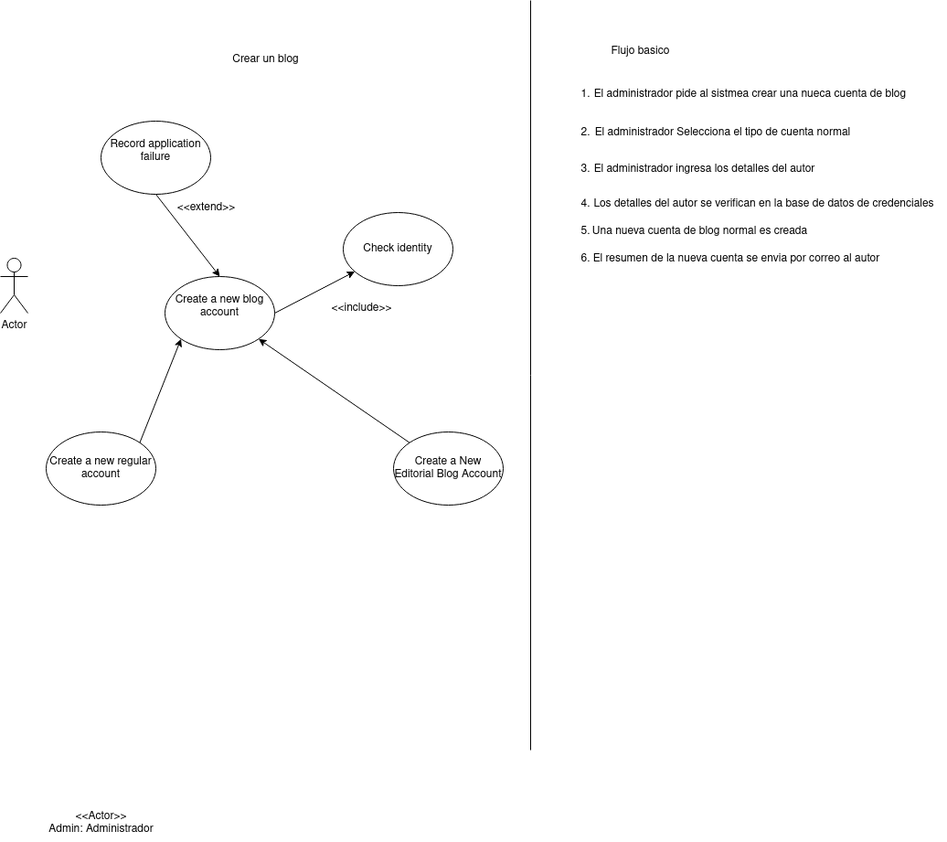
GermanOjeda/Tarea-ETS keeps this draw.io diagram as DSejemplo.drawio.png. Above is the earlier version. Source tidied: cells renumbered, new cells last; positions are measured from the earlier drawing's top-left corner, leaving out a move shared by most shapes.
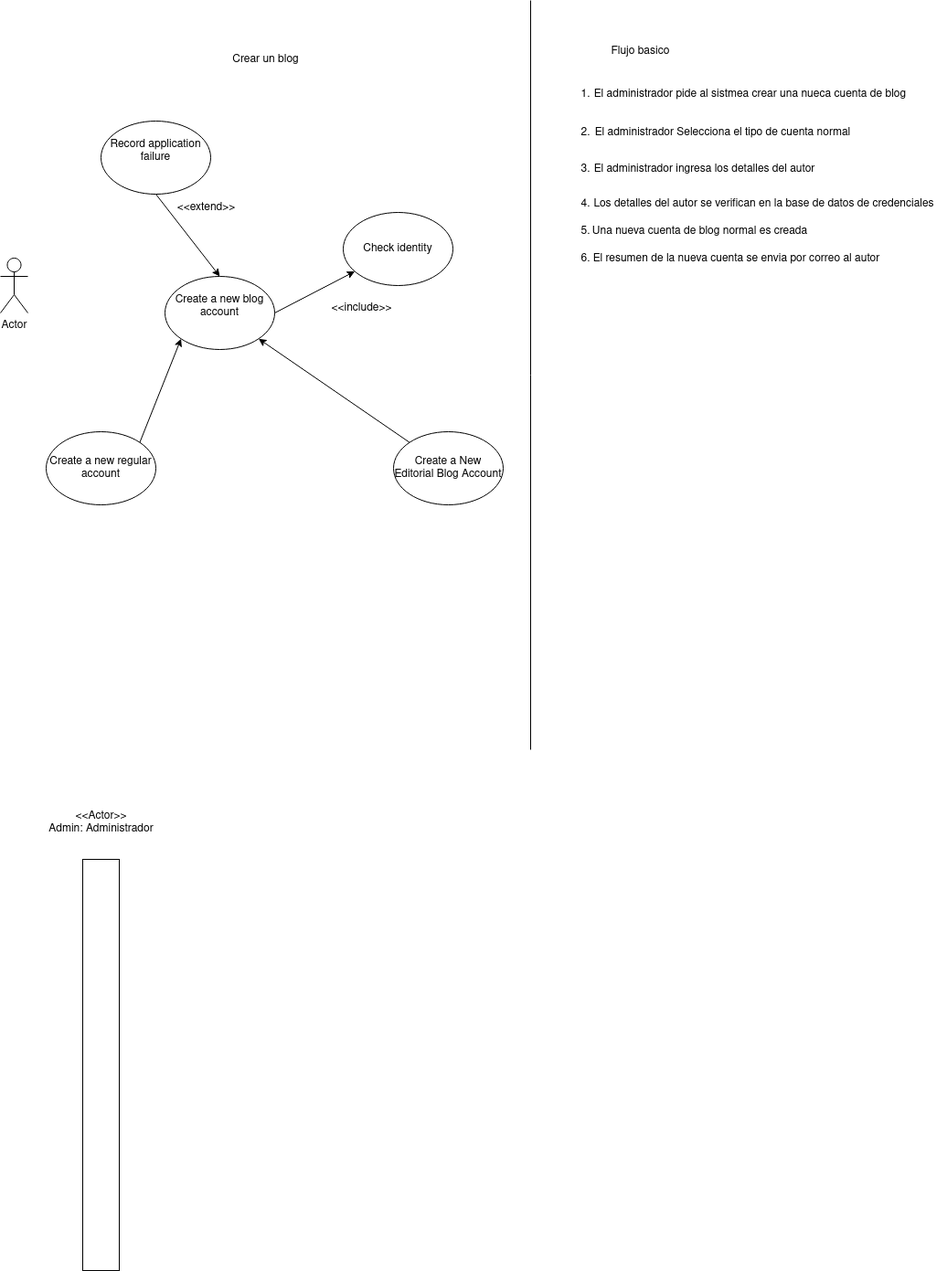
The same file after the commit.

Diff of the diagram source:
```diff
@@ -89,5 +89,8 @@
     <mxCell id="29" value="&lt;div&gt;&amp;lt;&amp;lt;Actor&amp;gt;&amp;gt;&lt;/div&gt;&lt;div&gt;Admin: Administrador&lt;br&gt;&lt;/div&gt;" style="text;html=1;align=center;verticalAlign=middle;strokeColor=none;fillColor=none;" parent="1" vertex="1">
       <mxGeometry x="40" y="880" width="140" height="40" as="geometry" />
     </mxCell>
+    <mxCell id="30" style="rounded=0;whiteSpace=wrap;html=1;" parent="1" vertex="1">
+      <mxGeometry x="90" y="940" width="40" height="450" as="geometry" />
+    </mxCell>
   </root>
 </mxGraphModel>
```
